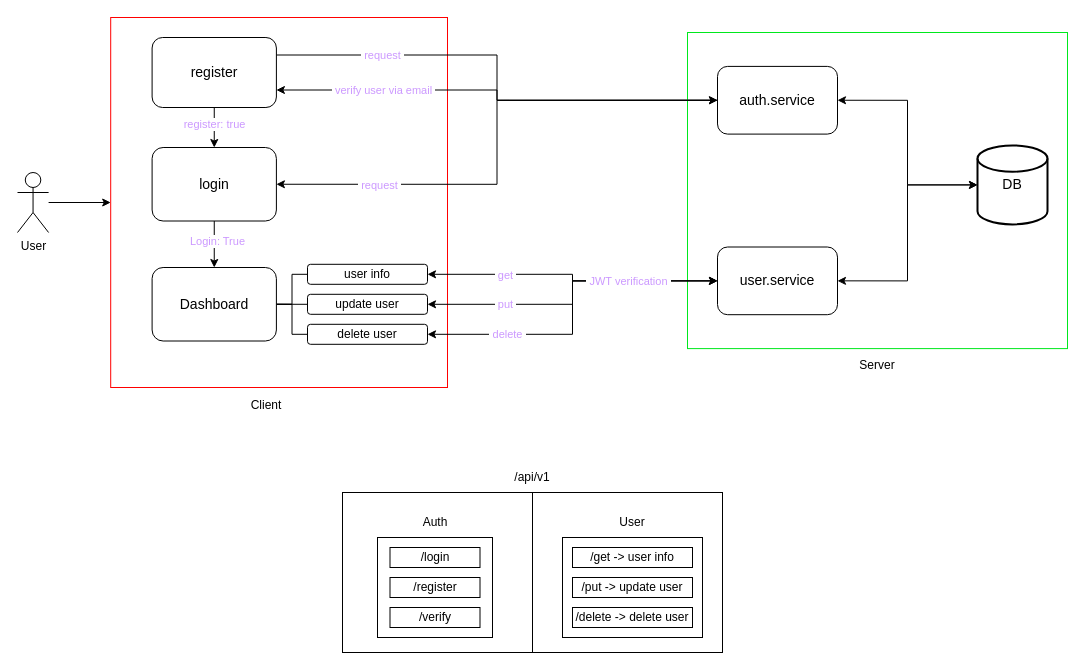
Earlier version of the draw.io diagram doc/System Design.drawio (Ajmain-Fayek/task4). Source tidied: cells renumbered, new cells numbered last; positions are measured from the earlier drawing's top-left corner, leaving out a move shared by most shapes. Both pictures are drawn from the tidied source at 100%, with x=0, y=0 at pixel (17, 17).
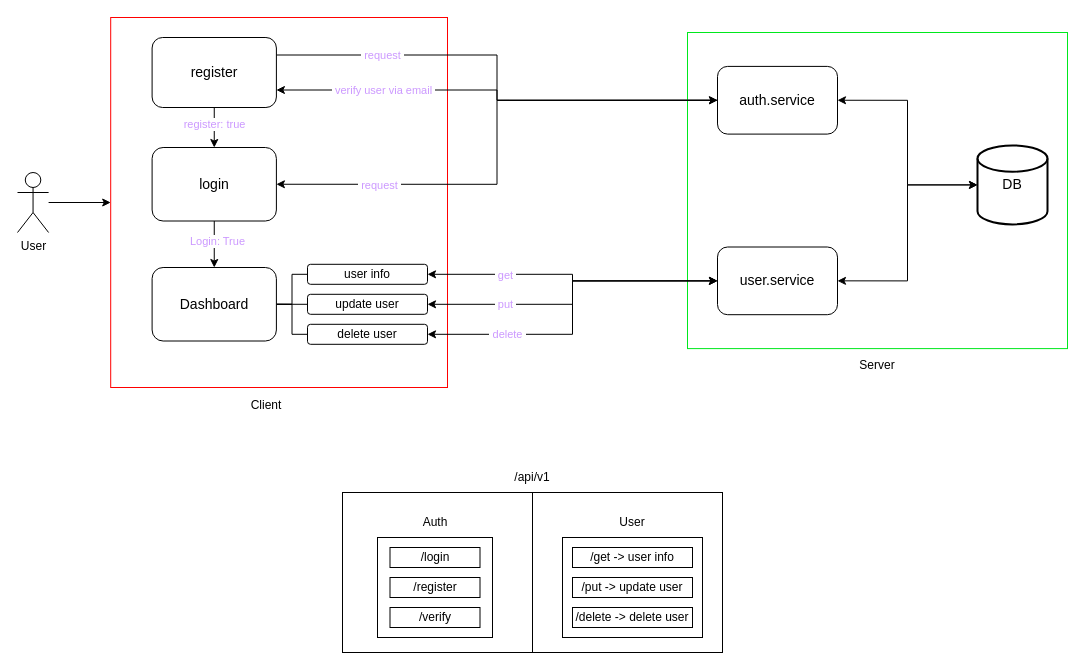
After the change.

Commit message (it also covers changes not shown here):
feat(doc)/ system design updated

Unchanged cells that the change refers to:
```xml
<mxCell id="37" style="edgeStyle=orthogonalEdgeStyle;rounded=0;jettySize=auto;html=1;exitX=1;exitY=0.5;exitDx=0;exitDy=0;entryX=0;entryY=0.5;entryDx=0;entryDy=0;startArrow=classic;startFill=1;" parent="1" edge="1" source="40" target="11">
  <mxGeometry relative="1" as="geometry" />
</mxCell>
```

Diff of the diagram source:
```diff
@@
-    <mxCell id="39" value="&lt;font style=&quot;color: rgb(204, 153, 255);&quot;&gt;&amp;nbsp;JWT verification&amp;nbsp;&lt;/font&gt;" style="edgeLabel;html=1;align=center;verticalAlign=middle;" parent="37" vertex="1">
-      <mxGeometry x="0.45" y="-1" relative="1" as="geometry">
-        <mxPoint x="5" y="-1" as="offset" />
-      </mxGeometry>
-    </mxCell>
```
